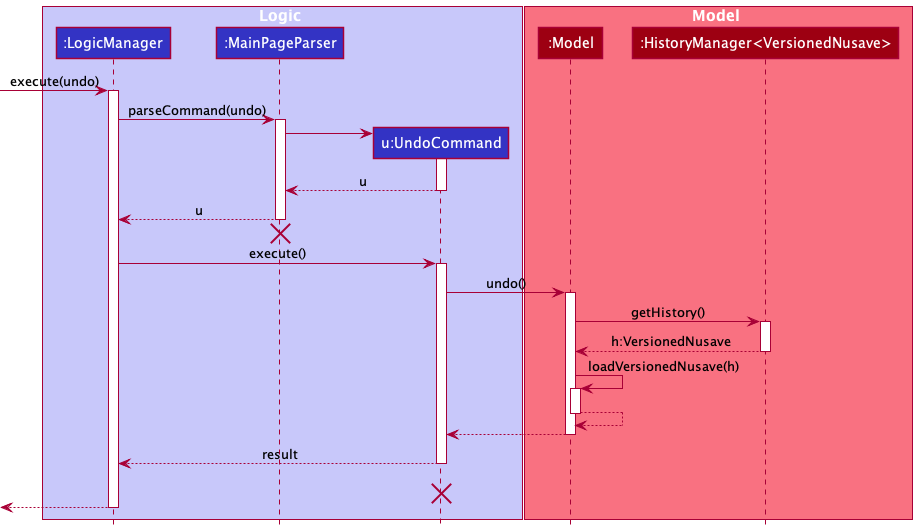
The PlantUML diagram docs/diagrams/UndoSequenceDiagram.png in yu-ming-chen/tp, before a commit.
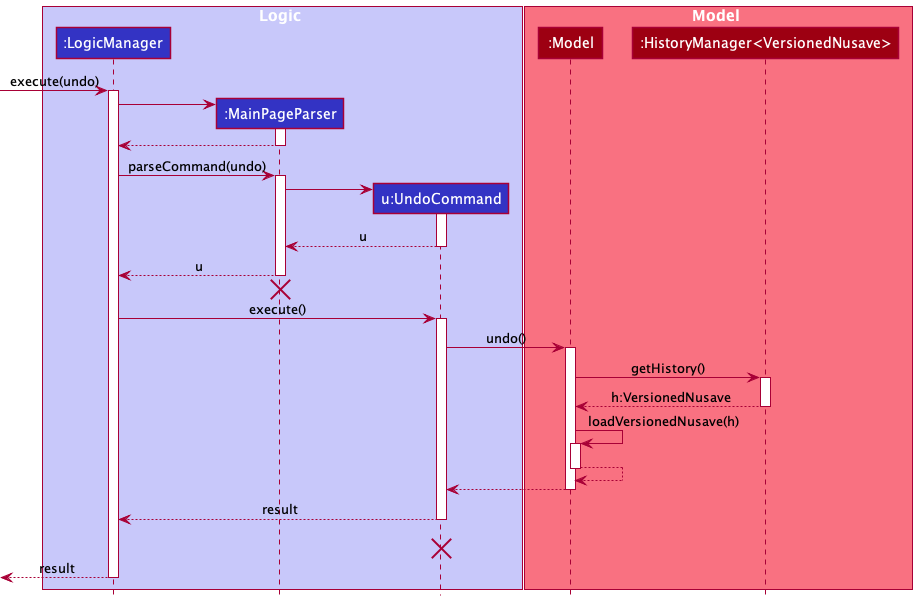
Above is the later version.

The edit, as a diff of the source:
```diff
@@ -13,6 +13,13 @@
 end box
 [-> LogicManager : execute(undo)
 activate LogicManager
+
+create MainPageParser
+LogicManager -> MainPageParser
+activate MainPageParser
+deactivate MainPageParser
+MainPageParser --> LogicManager
+deactivate MainPageParser
 
 LogicManager -> MainPageParser : parseCommand(undo)
 activate MainPageParser
@@ -55,6 +62,6 @@
 UndoCommand -[hidden]-> LogicManager : result
 destroy UndoCommand
 
-[<--LogicManager
+[<--LogicManager : result
 deactivate LogicManager
 @enduml
```
